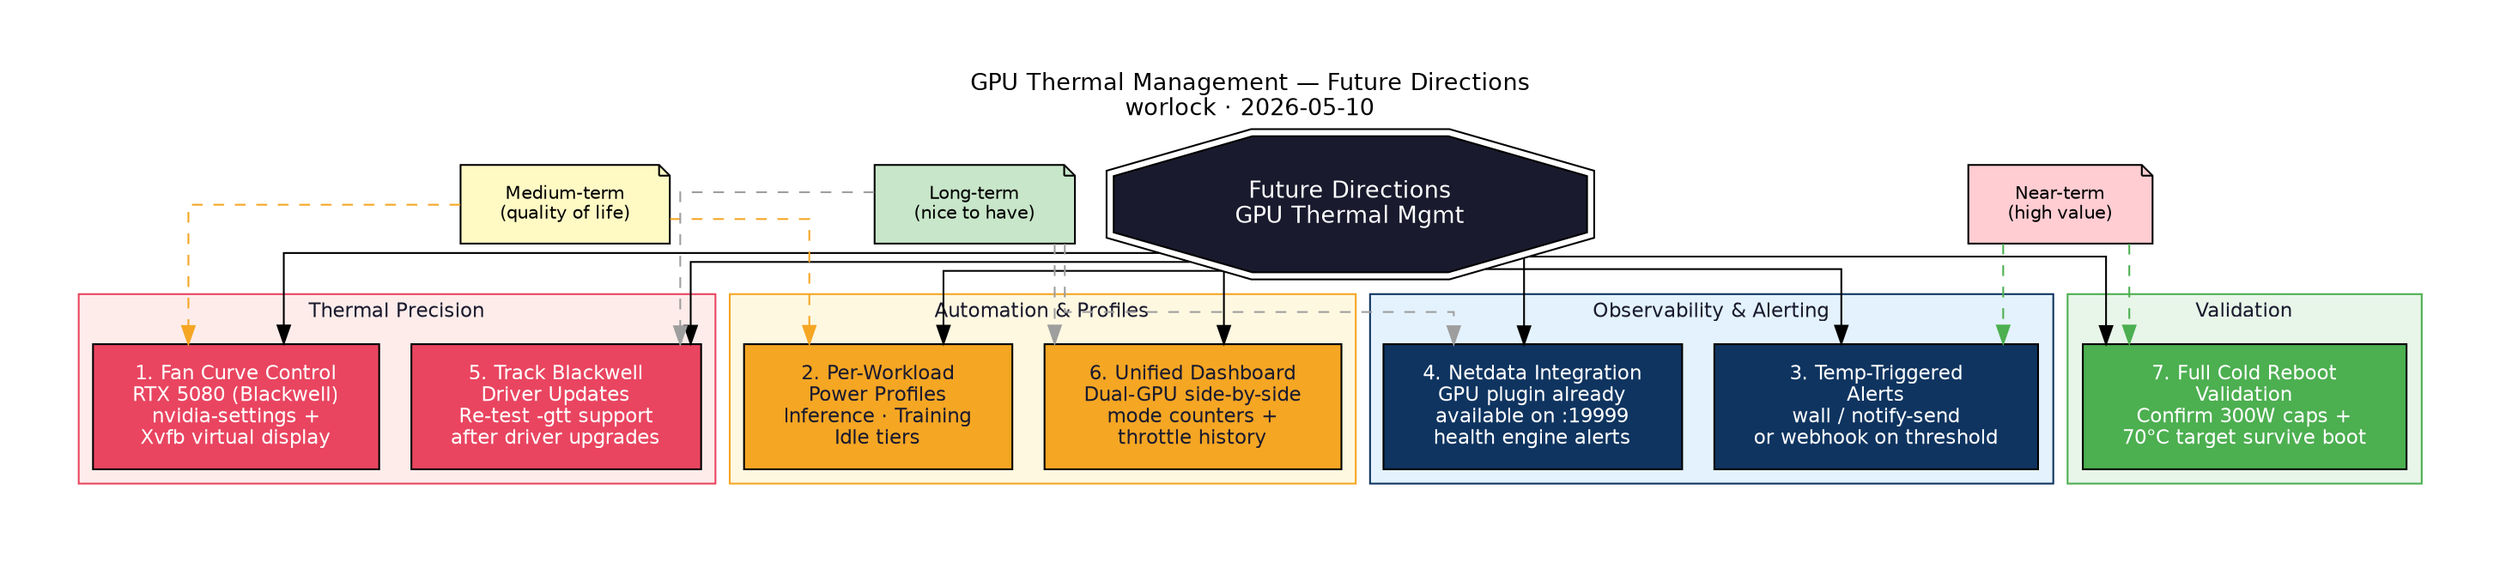
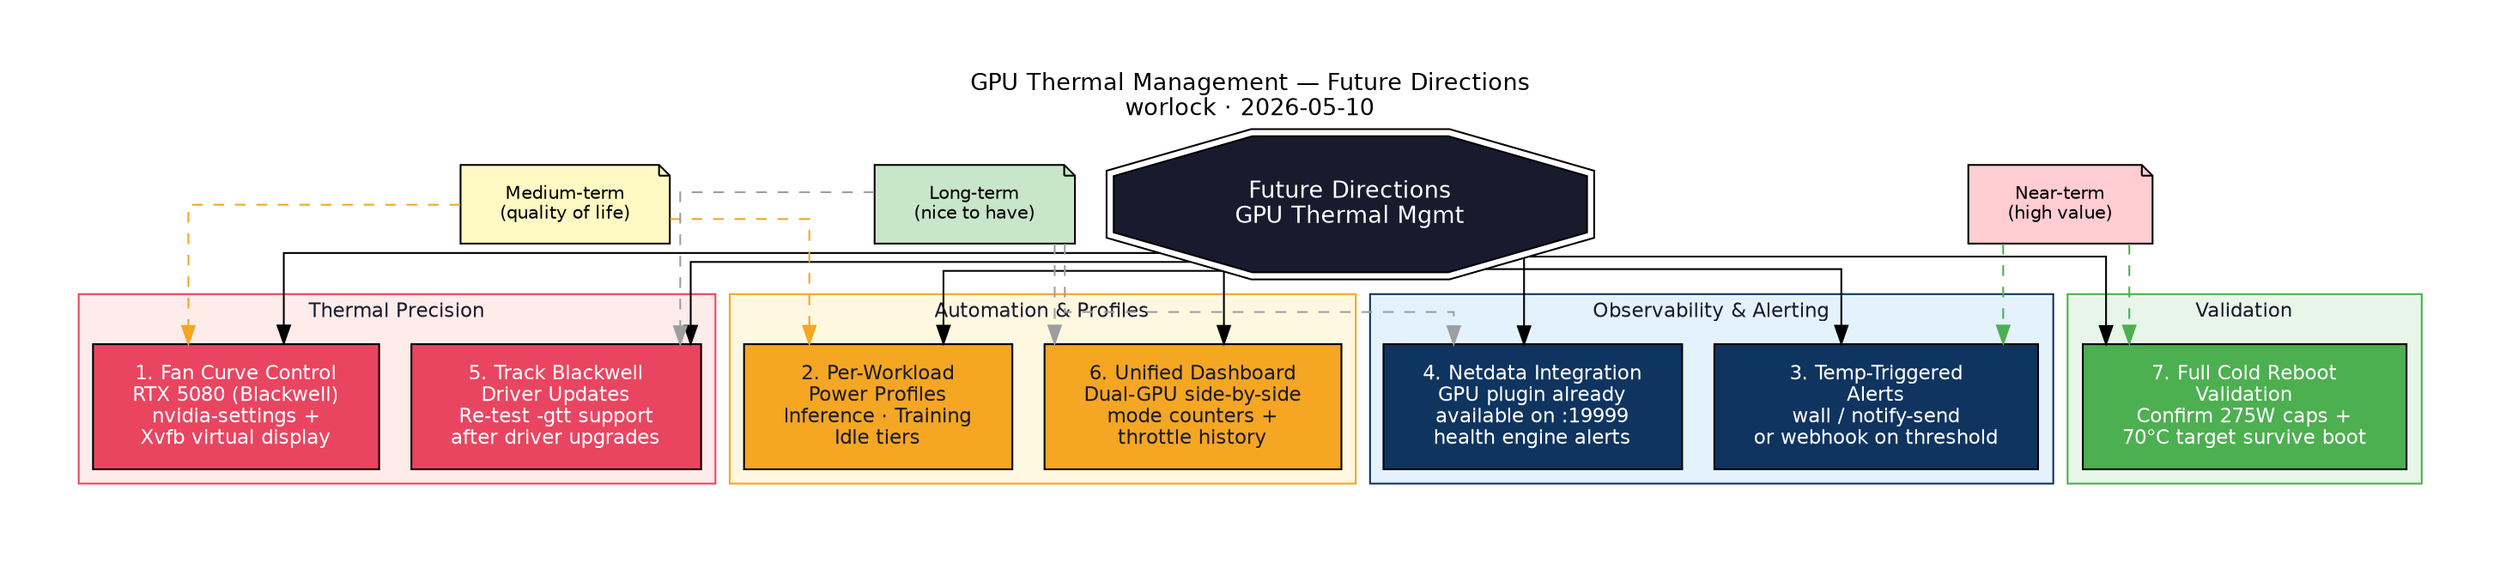
digraph FutureDirections {
    rankdir=TB;
    graph [fontname="Helvetica", fontsize=13, label="GPU Thermal Management — Future Directions\nworlock · 2026-05-10", labelloc=t, splines=ortho, pad=0.5];
    node  [fontname="Helvetica", fontsize=11, style=filled, shape=box, margin="0.3,0.15"];
    edge  [fontname="Helvetica", fontsize=10];

    // Root
    ROOT [label="Future Directions\nGPU Thermal Mgmt", shape=doubleoctagon, fillcolor="#1a1a2e", fontcolor=white, fontsize=13];

    // Category clusters
    subgraph cluster_thermal {
        label="Thermal Precision";
        fontname="Helvetica"; fontsize=11; fontcolor="#1a1a2e";
        style=filled; fillcolor="#fdecea"; color="#e94560";

        F1 [label="1. Fan Curve Control\nRTX 5080 (Blackwell)\nnvidia-settings +\nXvfb virtual display", fillcolor="#e94560", fontcolor=white];
        F5 [label="5. Track Blackwell\nDriver Updates\nRe-test -gtt support\nafter driver upgrades", fillcolor="#e94560", fontcolor=white];
    }

    subgraph cluster_automation {
        label="Automation & Profiles";
        fontname="Helvetica"; fontsize=11; fontcolor="#1a1a2e";
        style=filled; fillcolor="#fff8e1"; color="#f5a623";

        F2 [label="2. Per-Workload\nPower Profiles\nInference · Training\nIdle tiers", fillcolor="#f5a623", fontcolor="#1a1a2e"];
        F6 [label="6. Unified Dashboard\nDual-GPU side-by-side\nmode counters +\nthrottle history", fillcolor="#f5a623", fontcolor="#1a1a2e"];
    }

    subgraph cluster_observability {
        label="Observability & Alerting";
        fontname="Helvetica"; fontsize=11; fontcolor="#1a1a2e";
        style=filled; fillcolor="#e3f2fd"; color="#0f3460";

        F3 [label="3. Temp-Triggered\nAlerts\nwall / notify-send\nor webhook on threshold", fillcolor="#0f3460", fontcolor=white];
        F4 [label="4. Netdata Integration\nGPU plugin already\navailable on :19999\nhealth engine alerts", fillcolor="#0f3460", fontcolor=white];
    }

    subgraph cluster_validation {
        label="Validation";
        fontname="Helvetica"; fontsize=11; fontcolor="#1a1a2e";
        style=filled; fillcolor="#e8f5e9"; color="#4caf50";

-         F7 [label="7. Full Cold Reboot\nValidation\nConfirm 300W caps +\n70°C target survive boot", fillcolor="#4caf50", fontcolor=white];
+         F7 [label="7. Full Cold Reboot\nValidation\nConfirm 275W caps +\n70°C target survive boot", fillcolor="#4caf50", fontcolor=white];
    }

    // Priority annotations
    P_HIGH [label="Near-term\n(high value)", shape=note, fillcolor="#ffcdd2", fontsize=10];
    P_MED  [label="Medium-term\n(quality of life)", shape=note, fillcolor="#fff9c4", fontsize=10];
    P_LOW  [label="Long-term\n(nice to have)", shape=note, fillcolor="#c8e6c9", fontsize=10];

    // Edges from root to categories
    ROOT -> F1;
    ROOT -> F2;
    ROOT -> F3;
    ROOT -> F4;
    ROOT -> F5;
    ROOT -> F6;
    ROOT -> F7;

    // Priority groupings
    P_HIGH -> F7 [style=dashed, color="#4caf50"];
    P_HIGH -> F3 [style=dashed, color="#4caf50"];
    P_MED  -> F1 [style=dashed, color="#f5a623"];
    P_MED  -> F2 [style=dashed, color="#f5a623"];
    P_LOW  -> F4 [style=dashed, color="#9e9e9e"];
    P_LOW  -> F5 [style=dashed, color="#9e9e9e"];
    P_LOW  -> F6 [style=dashed, color="#9e9e9e"];
}
